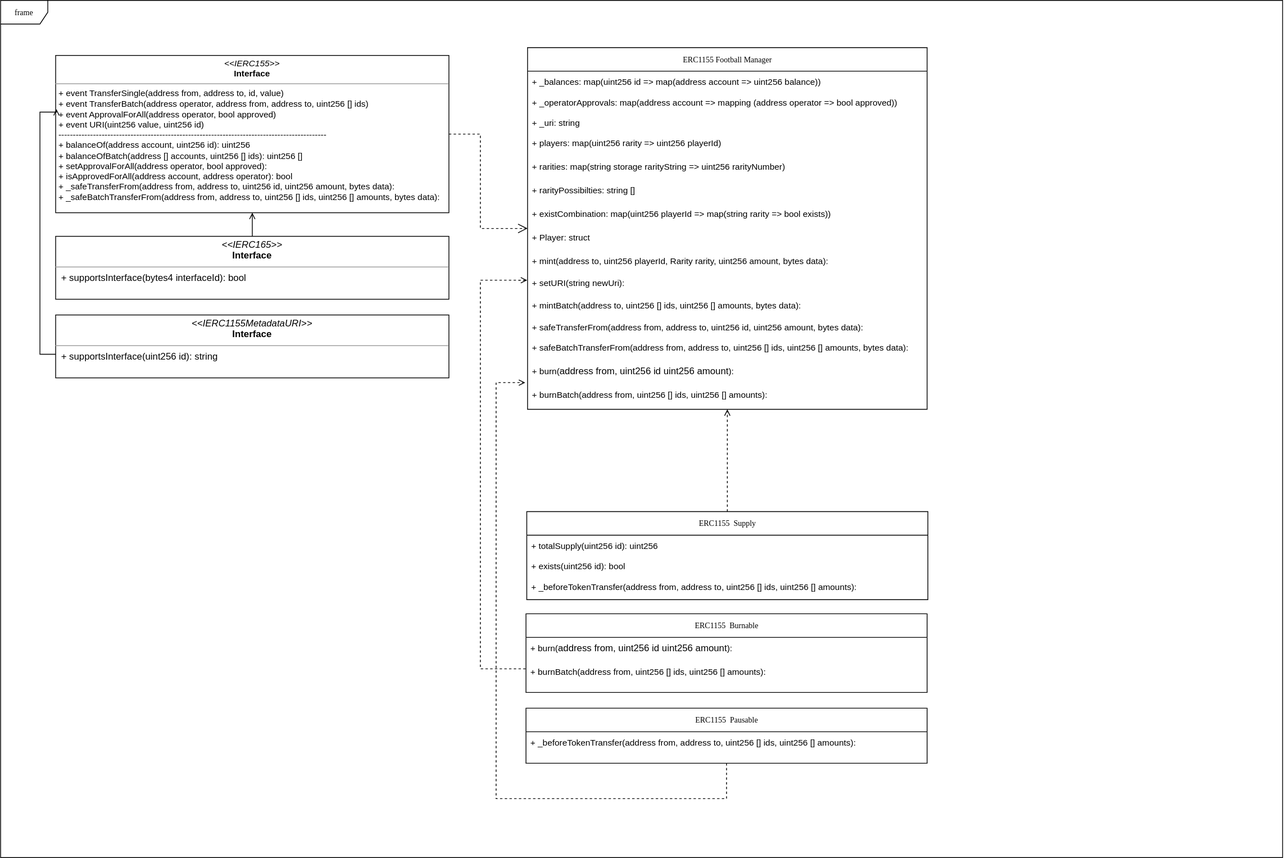
Before: diagrams/ERC1155.drawio.svg, a diagram exported from draw.io (RasenGUY/smartDev). Source tidied: cells renumbered, new cells last; positions are measured from the earlier drawing's top-left corner, leaving out a move shared by most shapes.
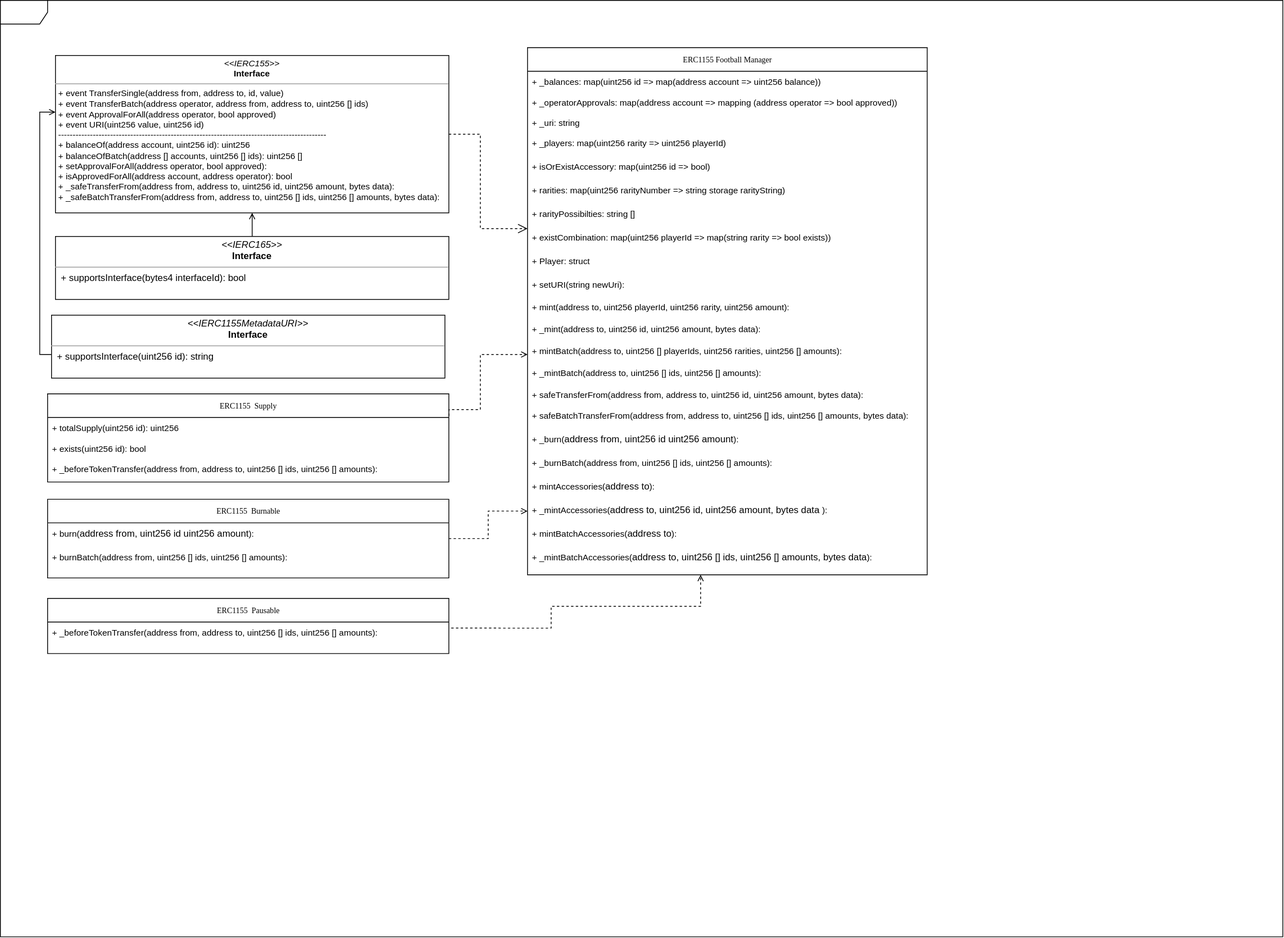
Above is the later version.

What changed in the source:
```diff
@@ -4,7 +4,7 @@
     <mxCell id="1" parent="0" />
-    <mxCell id="2" value="frame" style="shape=umlFrame;whiteSpace=wrap;html=1;rounded=0;shadow=0;comic=0;labelBackgroundColor=none;strokeWidth=1;fontFamily=Verdana;fontSize=10;align=center;" parent="1" vertex="1">
-      <mxGeometry width="1630" height="1090" as="geometry" />
+    <mxCell id="2" value="&amp;nbsp; &amp;nbsp;" style="shape=umlFrame;whiteSpace=wrap;html=1;rounded=0;shadow=0;comic=0;labelBackgroundColor=none;strokeWidth=1;fontFamily=Verdana;fontSize=10;align=center;" parent="1" vertex="1">
+      <mxGeometry width="1630" height="1190" as="geometry" />
     </mxCell>
     <mxCell id="3" value="ERC1155 Football Manager" style="swimlane;html=1;fontStyle=0;horizontal=1;startSize=30;fillColor=none;swimlaneFillColor=#ffffff;rounded=0;shadow=0;comic=0;labelBackgroundColor=none;strokeWidth=1;fontFamily=Verdana;fontSize=10;align=center;" parent="1" vertex="1">
-      <mxGeometry x="670" y="60" width="508" height="460" as="geometry" />
+      <mxGeometry x="670" y="60" width="508" height="670" as="geometry" />
     </mxCell>
@@ -19,38 +19,59 @@
     </mxCell>
-    <mxCell id="7" value="&lt;font face=&quot;helvetica&quot;&gt;&lt;span style=&quot;font-size: 11px&quot;&gt;+ players: map(uint256 rarity =&amp;gt; uint256 playerId)&lt;/span&gt;&lt;/font&gt;" style="text;html=1;strokeColor=none;fillColor=none;align=left;verticalAlign=top;spacingLeft=4;spacingRight=4;whiteSpace=wrap;overflow=hidden;" parent="3" vertex="1">
-      <mxGeometry y="108" width="508" height="30" as="geometry" />
-    </mxCell>
+    <mxCell id="37" value="&lt;font face=&quot;helvetica&quot;&gt;&lt;span style=&quot;font-size: 11px&quot;&gt;+ _players: map(uint256 rarity =&amp;gt; uint256 playerId)&lt;/span&gt;&lt;/font&gt;" style="text;html=1;strokeColor=none;fillColor=none;align=left;verticalAlign=top;spacingLeft=4;spacingRight=4;whiteSpace=wrap;overflow=hidden;" parent="3" vertex="1">
+      <mxGeometry y="108" width="508" height="30" as="geometry" />
+    </mxCell>
+    <mxCell id="38" value="&lt;font face=&quot;helvetica&quot;&gt;&lt;span style=&quot;font-size: 11px&quot;&gt;+ isOrExistAccessory: map(uint256 id =&amp;gt; bool)&lt;/span&gt;&lt;/font&gt;" style="text;html=1;strokeColor=none;fillColor=none;align=left;verticalAlign=top;spacingLeft=4;spacingRight=4;whiteSpace=wrap;overflow=hidden;" parent="3" vertex="1">
+      <mxGeometry y="138" width="508" height="30" as="geometry" />
+    </mxCell>
-    <mxCell id="8" value="&lt;span style=&quot;font-family: &amp;#34;helvetica&amp;#34; ; font-size: 11px&quot;&gt;+ rarities: map(string storage rarityString =&amp;gt; uint256 rarityNumber)&lt;/span&gt;" style="text;html=1;strokeColor=none;fillColor=none;align=left;verticalAlign=top;spacingLeft=4;spacingRight=4;whiteSpace=wrap;overflow=hidden;" parent="3" vertex="1">
-      <mxGeometry y="138" width="508" height="30" as="geometry" />
+    <mxCell id="8" value="&lt;span style=&quot;font-family: &amp;#34;helvetica&amp;#34; ; font-size: 11px&quot;&gt;+ rarities: map(&lt;/span&gt;&lt;span style=&quot;font-family: &amp;#34;helvetica&amp;#34; ; font-size: 11px&quot;&gt;uint256 rarityNumber&amp;nbsp;&lt;/span&gt;&lt;span style=&quot;font-family: &amp;#34;helvetica&amp;#34; ; font-size: 11px&quot;&gt;=&amp;gt; &lt;/span&gt;&lt;span style=&quot;font-family: &amp;#34;helvetica&amp;#34; ; font-size: 11px&quot;&gt;string storage rarityString&lt;/span&gt;&lt;span style=&quot;font-family: &amp;#34;helvetica&amp;#34; ; font-size: 11px&quot;&gt;)&lt;/span&gt;" style="text;html=1;strokeColor=none;fillColor=none;align=left;verticalAlign=top;spacingLeft=4;spacingRight=4;whiteSpace=wrap;overflow=hidden;" parent="3" vertex="1">
+      <mxGeometry y="168" width="508" height="30" as="geometry" />
     </mxCell>
     <mxCell id="9" value="&lt;span style=&quot;font-family: &amp;#34;helvetica&amp;#34; ; font-size: 11px&quot;&gt;+ rarityPossibilties: string []&lt;/span&gt;" style="text;html=1;strokeColor=none;fillColor=none;align=left;verticalAlign=top;spacingLeft=4;spacingRight=4;whiteSpace=wrap;overflow=hidden;" parent="3" vertex="1">
-      <mxGeometry y="168" width="508" height="30" as="geometry" />
+      <mxGeometry y="198" width="508" height="30" as="geometry" />
     </mxCell>
     <mxCell id="10" value="&lt;span style=&quot;font-family: &amp;#34;helvetica&amp;#34; ; font-size: 11px&quot;&gt;+ existCombination: map(uint256 playerId =&amp;gt; map(string rarity =&amp;gt; bool exists))&lt;/span&gt;" style="text;html=1;strokeColor=none;fillColor=none;align=left;verticalAlign=top;spacingLeft=4;spacingRight=4;whiteSpace=wrap;overflow=hidden;" parent="3" vertex="1">
-      <mxGeometry y="198" width="508" height="30" as="geometry" />
+      <mxGeometry y="228" width="508" height="30" as="geometry" />
     </mxCell>
     <mxCell id="11" value="&lt;span style=&quot;font-family: &amp;#34;helvetica&amp;#34; ; font-size: 11px&quot;&gt;+ Player: struct&amp;nbsp;&lt;/span&gt;" style="text;html=1;strokeColor=none;fillColor=none;align=left;verticalAlign=top;spacingLeft=4;spacingRight=4;whiteSpace=wrap;overflow=hidden;" parent="3" vertex="1">
-      <mxGeometry y="228" width="508" height="30" as="geometry" />
+      <mxGeometry y="258" width="508" height="30" as="geometry" />
     </mxCell>
+    <mxCell id="13" value="&lt;font style=&quot;font-size: 11px&quot;&gt;+ setURI(string newUri):&amp;nbsp;&amp;nbsp;&lt;/font&gt;" style="text;html=1;align=left;verticalAlign=top;spacingLeft=4;spacingRight=4;whiteSpace=wrap;overflow=hidden;points=[[0,0.5],[1,0.5]];portConstraint=eastwest;" parent="3" vertex="1">
+      <mxGeometry y="288" width="508" height="28" as="geometry" />
+    </mxCell>
-    <mxCell id="12" value="&lt;font style=&quot;font-size: 11px&quot;&gt;+ mint(address to, uint256 playerId, Rarity rarity, uint256 amount, bytes data):&amp;nbsp;&amp;nbsp;&lt;/font&gt;" style="text;html=1;align=left;verticalAlign=top;spacingLeft=4;spacingRight=4;whiteSpace=wrap;overflow=hidden;" parent="3" vertex="1">
-      <mxGeometry y="258" width="508" height="28" as="geometry" />
+    <mxCell id="12" value="&lt;span style=&quot;font-size: 11px&quot;&gt;+ mint(address to, uint256 playerId, uint256 rarity, uint256 amount):&amp;nbsp;&amp;nbsp;&lt;/span&gt;" style="text;html=1;align=left;verticalAlign=top;spacingLeft=4;spacingRight=4;whiteSpace=wrap;overflow=hidden;" parent="3" vertex="1">
+      <mxGeometry y="316" width="508" height="28" as="geometry" />
     </mxCell>
-    <mxCell id="13" value="&lt;font style=&quot;font-size: 11px&quot;&gt;+ setURI(string newUri):&amp;nbsp;&amp;nbsp;&lt;/font&gt;" style="text;html=1;align=left;verticalAlign=top;spacingLeft=4;spacingRight=4;whiteSpace=wrap;overflow=hidden;points=[[0,0.5],[1,0.5]];portConstraint=eastwest;" parent="3" vertex="1">
-      <mxGeometry y="286" width="508" height="28" as="geometry" />
-    </mxCell>
+    <mxCell id="39" value="&lt;span style=&quot;font-size: 11px&quot;&gt;+ _mint(address to, uint256 id, uint256 amount, bytes data):&amp;nbsp;&amp;nbsp;&lt;/span&gt;" style="text;html=1;align=left;verticalAlign=top;spacingLeft=4;spacingRight=4;whiteSpace=wrap;overflow=hidden;" parent="3" vertex="1">
+      <mxGeometry y="344" width="508" height="28" as="geometry" />
+    </mxCell>
+    <mxCell id="40" value="&lt;font style=&quot;font-size: 11px&quot;&gt;+ mintBatch(address to, uint256 [] playerIds, uint256 rarities, uint256 [] amounts):&amp;nbsp;&amp;nbsp;&lt;/font&gt;" style="text;html=1;strokeColor=none;fillColor=none;align=left;verticalAlign=top;spacingLeft=4;spacingRight=4;whiteSpace=wrap;overflow=hidden;" parent="3" vertex="1">
+      <mxGeometry y="372" width="508" height="28" as="geometry" />
+    </mxCell>
-    <mxCell id="14" value="&lt;font style=&quot;font-size: 11px&quot;&gt;+ mintBatch(address to, uint256 [] ids, uint256 [] amounts, bytes data):&amp;nbsp;&amp;nbsp;&lt;/font&gt;" style="text;html=1;strokeColor=none;fillColor=none;align=left;verticalAlign=top;spacingLeft=4;spacingRight=4;whiteSpace=wrap;overflow=hidden;" parent="3" vertex="1">
-      <mxGeometry y="314" width="508" height="28" as="geometry" />
+    <mxCell id="14" value="&lt;font style=&quot;font-size: 11px&quot;&gt;+ _mintBatch(address to, uint256 [] ids, uint256 [] amounts):&amp;nbsp;&amp;nbsp;&lt;/font&gt;" style="text;html=1;strokeColor=none;fillColor=none;align=left;verticalAlign=top;spacingLeft=4;spacingRight=4;whiteSpace=wrap;overflow=hidden;" parent="3" vertex="1">
+      <mxGeometry y="400" width="508" height="28" as="geometry" />
     </mxCell>
     <mxCell id="15" value="&lt;span style=&quot;font-family: &amp;#34;helvetica&amp;#34; ; font-size: 11px&quot;&gt;+ safeTransferFrom(address from, address to, uint256 id, uint256 amount, bytes data):&lt;/span&gt;" style="text;html=1;strokeColor=none;fillColor=none;align=left;verticalAlign=top;spacingLeft=4;spacingRight=4;whiteSpace=wrap;overflow=hidden;" parent="3" vertex="1">
-      <mxGeometry y="342" width="508" height="26" as="geometry" />
+      <mxGeometry y="428" width="508" height="26" as="geometry" />
     </mxCell>
     <mxCell id="16" value="&lt;span style=&quot;font-family: &amp;#34;helvetica&amp;#34; ; font-size: 11px&quot;&gt;+ safeBatchTransferFrom(address from, address to, uint256 [] ids, uint256 [] amounts, bytes data):&lt;/span&gt;" style="text;html=1;strokeColor=none;fillColor=none;align=left;verticalAlign=top;spacingLeft=4;spacingRight=4;whiteSpace=wrap;overflow=hidden;" parent="3" vertex="1">
-      <mxGeometry y="368" width="508" height="30" as="geometry" />
+      <mxGeometry y="454" width="508" height="30" as="geometry" />
     </mxCell>
-    <mxCell id="17" value="&lt;span style=&quot;font-family: &amp;#34;helvetica&amp;#34; ; font-size: 11px&quot;&gt;+ burn(&lt;/span&gt;&lt;span&gt;address from, uint256 id uint256 amount&lt;/span&gt;&lt;span style=&quot;font-family: &amp;#34;helvetica&amp;#34; ; font-size: 11px&quot;&gt;):&lt;/span&gt;" style="text;html=1;strokeColor=none;fillColor=none;align=left;verticalAlign=top;spacingLeft=4;spacingRight=4;whiteSpace=wrap;overflow=hidden;" parent="3" vertex="1">
-      <mxGeometry y="398" width="508" height="30" as="geometry" />
+    <mxCell id="17" value="&lt;span style=&quot;font-family: &amp;#34;helvetica&amp;#34; ; font-size: 11px&quot;&gt;+ _burn(&lt;/span&gt;&lt;span&gt;address from, uint256 id uint256 amount&lt;/span&gt;&lt;span style=&quot;font-family: &amp;#34;helvetica&amp;#34; ; font-size: 11px&quot;&gt;):&lt;/span&gt;" style="text;html=1;strokeColor=none;fillColor=none;align=left;verticalAlign=top;spacingLeft=4;spacingRight=4;whiteSpace=wrap;overflow=hidden;" parent="3" vertex="1">
+      <mxGeometry y="484" width="508" height="30" as="geometry" />
     </mxCell>
-    <mxCell id="18" value="&lt;span style=&quot;font-family: &amp;#34;helvetica&amp;#34; ; font-size: 11px&quot;&gt;+ burnBatch(address from, uint256 [] ids, uint256 [] amounts):&lt;/span&gt;" style="text;html=1;strokeColor=none;fillColor=none;align=left;verticalAlign=top;spacingLeft=4;spacingRight=4;whiteSpace=wrap;overflow=hidden;points=[[0,0.5],[1,0.5]];portConstraint=eastwest;" parent="3" vertex="1">
-      <mxGeometry y="428" width="508" height="30" as="geometry" />
+    <mxCell id="18" value="&lt;span style=&quot;font-family: &amp;#34;helvetica&amp;#34; ; font-size: 11px&quot;&gt;+ _burnBatch(address from, uint256 [] ids, uint256 [] amounts):&lt;/span&gt;" style="text;html=1;strokeColor=none;fillColor=none;align=left;verticalAlign=top;spacingLeft=4;spacingRight=4;whiteSpace=wrap;overflow=hidden;points=[[0,0.5],[1,0.5]];portConstraint=eastwest;" parent="3" vertex="1">
+      <mxGeometry y="514" width="508" height="30" as="geometry" />
     </mxCell>
+    <mxCell id="41" value="&lt;span style=&quot;font-family: &amp;#34;helvetica&amp;#34; ; font-size: 11px&quot;&gt;+ mintAccessories(&lt;/span&gt;&lt;span&gt;address to&lt;/span&gt;&lt;span style=&quot;font-family: &amp;#34;helvetica&amp;#34; ; font-size: 11px&quot;&gt;):&lt;/span&gt;" style="text;html=1;strokeColor=none;fillColor=none;align=left;verticalAlign=top;spacingLeft=4;spacingRight=4;whiteSpace=wrap;overflow=hidden;" parent="3" vertex="1">
+      <mxGeometry y="544" width="508" height="30" as="geometry" />
+    </mxCell>
+    <mxCell id="42" value="&lt;span style=&quot;font-family: &amp;#34;helvetica&amp;#34; ; font-size: 11px&quot;&gt;+ _mintAccessories(&lt;/span&gt;&lt;span&gt;address to, uint256 id, uint256 amount, bytes data &lt;/span&gt;&lt;span style=&quot;font-family: &amp;#34;helvetica&amp;#34; ; font-size: 11px&quot;&gt;):&lt;/span&gt;" style="text;html=1;strokeColor=none;fillColor=none;align=left;verticalAlign=top;spacingLeft=4;spacingRight=4;whiteSpace=wrap;overflow=hidden;points=[[0,0.5],[1,0.5]];portConstraint=eastwest;" parent="3" vertex="1">
+      <mxGeometry y="574" width="508" height="30" as="geometry" />
+    </mxCell>
+    <mxCell id="43" value="&lt;span style=&quot;font-family: &amp;#34;helvetica&amp;#34; ; font-size: 11px&quot;&gt;+ mintBatchAccessories(&lt;/span&gt;&lt;span&gt;address to&lt;/span&gt;&lt;span style=&quot;font-family: &amp;#34;helvetica&amp;#34; ; font-size: 11px&quot;&gt;):&lt;/span&gt;" style="text;html=1;strokeColor=none;fillColor=none;align=left;verticalAlign=top;spacingLeft=4;spacingRight=4;whiteSpace=wrap;overflow=hidden;" parent="3" vertex="1">
+      <mxGeometry y="604" width="508" height="30" as="geometry" />
+    </mxCell>
+    <mxCell id="44" value="&lt;span style=&quot;font-family: &amp;#34;helvetica&amp;#34; ; font-size: 11px&quot;&gt;+ _mintBatchAccessories(&lt;/span&gt;&lt;span&gt;address to, uint256 [] ids, uint256 [] amounts, bytes data&lt;/span&gt;&lt;span style=&quot;font-family: &amp;#34;helvetica&amp;#34; ; font-size: 11px&quot;&gt;):&lt;/span&gt;" style="text;html=1;strokeColor=none;fillColor=none;align=left;verticalAlign=top;spacingLeft=4;spacingRight=4;whiteSpace=wrap;overflow=hidden;" parent="3" vertex="1">
+      <mxGeometry y="634" width="508" height="30" as="geometry" />
+    </mxCell>
     <mxCell id="19" style="edgeStyle=orthogonalEdgeStyle;rounded=0;html=1;labelBackgroundColor=none;startFill=0;endArrow=open;endFill=0;endSize=10;fontFamily=Verdana;fontSize=10;dashed=1;" parent="1" edge="1" source="20" target="3">
@@ -72,3 +93,3 @@
     </mxCell>
-    <mxCell id="23" style="edgeStyle=orthogonalEdgeStyle;rounded=0;jettySize=auto;html=1;entryX=0.002;entryY=0.341;entryDx=0;entryDy=0;entryPerimeter=0;endArrow=open;endFill=0;" parent="1" edge="1" source="24" target="20">
+    <mxCell id="23" style="edgeStyle=orthogonalEdgeStyle;rounded=0;jettySize=auto;html=1;endArrow=open;endFill=0;" parent="1" edge="1" source="24" target="20">
       <mxGeometry relative="1" as="geometry">
@@ -81,17 +102,6 @@
     <mxCell id="24" value="&lt;p style=&quot;margin: 0px ; margin-top: 4px ; text-align: center&quot;&gt;&lt;i&gt;&amp;lt;&amp;lt;IERC1155MetadataURI&amp;gt;&amp;gt;&lt;/i&gt;&lt;br&gt;&lt;b&gt;Interface&lt;/b&gt;&lt;/p&gt;&lt;hr size=&quot;1&quot;&gt;&lt;p style=&quot;margin: 0px ; margin-left: 4px&quot;&gt;&lt;/p&gt;&lt;p style=&quot;margin: 0px ; margin-left: 4px&quot;&gt;&lt;span&gt;&amp;nbsp;+ supportsInterface(uint256 id): string&lt;/span&gt;&lt;br&gt;&lt;/p&gt;&lt;p style=&quot;margin: 0px ; margin-left: 4px&quot;&gt;&lt;br&gt;&lt;/p&gt;" style="verticalAlign=top;align=left;overflow=fill;fontSize=12;fontFamily=Helvetica;html=1;rounded=0;shadow=0;comic=0;labelBackgroundColor=none;strokeWidth=1;" parent="1" vertex="1">
-      <mxGeometry x="70" y="400" width="500" height="80" as="geometry" />
+      <mxGeometry x="65" y="400" width="500" height="80" as="geometry" />
     </mxCell>
-    <mxCell id="25" style="edgeStyle=orthogonalEdgeStyle;rounded=0;jettySize=auto;html=1;entryX=-0.001;entryY=0.35;entryDx=0;entryDy=0;entryPerimeter=0;fontSize=11;endArrow=open;endFill=0;dashed=1;exitX=-0.001;exitY=0.333;exitDx=0;exitDy=0;exitPerimeter=0;" parent="1" edge="1" source="33" target="13">
-      <mxGeometry relative="1" as="geometry">
-        <Array as="points">
-          <mxPoint x="610" y="850" />
-          <mxPoint x="610" y="356" />
-        </Array>
-      </mxGeometry>
-    </mxCell>
-    <mxCell id="26" style="edgeStyle=orthogonalEdgeStyle;rounded=0;jettySize=auto;html=1;entryX=0.5;entryY=1;entryDx=0;entryDy=0;dashed=1;fontSize=11;endArrow=open;endFill=0;" parent="1" edge="1" source="27" target="3">
-      <mxGeometry relative="1" as="geometry" />
-    </mxCell>
     <mxCell id="27" value="ERC1155&amp;nbsp; Supply" style="swimlane;html=1;fontStyle=0;horizontal=1;startSize=30;fillColor=none;swimlaneFillColor=#ffffff;rounded=0;shadow=0;comic=0;labelBackgroundColor=none;strokeWidth=1;fontFamily=Verdana;fontSize=10;align=center;" parent="1" vertex="1">
-      <mxGeometry x="669" y="650" width="510" height="112" as="geometry" />
+      <mxGeometry x="60" y="500" width="510" height="112" as="geometry" />
     </mxCell>
@@ -106,4 +116,7 @@
     </mxCell>
+    <mxCell id="45" style="edgeStyle=orthogonalEdgeStyle;rounded=0;jettySize=auto;html=1;entryX=0;entryY=0.5;entryDx=0;entryDy=0;dashed=1;endArrow=open;endFill=0;" parent="1" edge="1" source="31" target="42">
+      <mxGeometry relative="1" as="geometry" />
+    </mxCell>
     <mxCell id="31" value="ERC1155&amp;nbsp; Burnable" style="swimlane;html=1;fontStyle=0;horizontal=1;startSize=30;fillColor=none;swimlaneFillColor=#ffffff;rounded=0;shadow=0;comic=0;labelBackgroundColor=none;strokeWidth=1;fontFamily=Verdana;fontSize=10;align=center;" parent="1" vertex="1">
-      <mxGeometry x="668" y="780" width="510" height="100" as="geometry" />
+      <mxGeometry x="60" y="634" width="510" height="100" as="geometry" />
     </mxCell>
@@ -115,14 +128,14 @@
     </mxCell>
-    <mxCell id="34" style="edgeStyle=orthogonalEdgeStyle;rounded=0;jettySize=auto;html=1;entryX=-0.006;entryY=-0.075;entryDx=0;entryDy=0;entryPerimeter=0;dashed=1;fontSize=11;endArrow=open;endFill=0;" parent="1" edge="1" source="35" target="18">
-      <mxGeometry relative="1" as="geometry">
-        <Array as="points">
-          <mxPoint x="923" y="1015" />
-          <mxPoint x="630" y="1015" />
-          <mxPoint x="630" y="486" />
-          <mxPoint x="667" y="486" />
-        </Array>
-      </mxGeometry>
-    </mxCell>
+    <mxCell id="46" style="edgeStyle=orthogonalEdgeStyle;rounded=0;jettySize=auto;html=1;dashed=1;endArrow=open;endFill=0;exitX=1.006;exitY=0.255;exitDx=0;exitDy=0;exitPerimeter=0;" parent="1" edge="1" source="36">
+      <mxGeometry relative="1" as="geometry">
+        <mxPoint x="890" y="730" as="targetPoint" />
+        <Array as="points">
+          <mxPoint x="700" y="798" />
+          <mxPoint x="700" y="770" />
+          <mxPoint x="890" y="770" />
+        </Array>
+      </mxGeometry>
+    </mxCell>
     <mxCell id="35" value="ERC1155&amp;nbsp; Pausable" style="swimlane;html=1;fontStyle=0;horizontal=1;startSize=30;fillColor=none;swimlaneFillColor=#ffffff;rounded=0;shadow=0;comic=0;labelBackgroundColor=none;strokeWidth=1;fontFamily=Verdana;fontSize=10;align=center;" parent="1" vertex="1">
-      <mxGeometry x="668" y="900" width="510" height="70" as="geometry" />
+      <mxGeometry x="60" y="760" width="510" height="70" as="geometry" />
     </mxCell>
@@ -131,2 +144,12 @@
     </mxCell>
+    <mxCell id="26" style="edgeStyle=orthogonalEdgeStyle;rounded=0;jettySize=auto;html=1;dashed=1;fontSize=11;endArrow=open;endFill=0;exitX=1;exitY=0.25;exitDx=0;exitDy=0;" parent="1" edge="1" source="27">
+      <mxGeometry relative="1" as="geometry">
+        <mxPoint x="670" y="450" as="targetPoint" />
+        <Array as="points">
+          <mxPoint x="570" y="520" />
+          <mxPoint x="610" y="520" />
+          <mxPoint x="610" y="450" />
+        </Array>
+      </mxGeometry>
+    </mxCell>
   </root>
```
